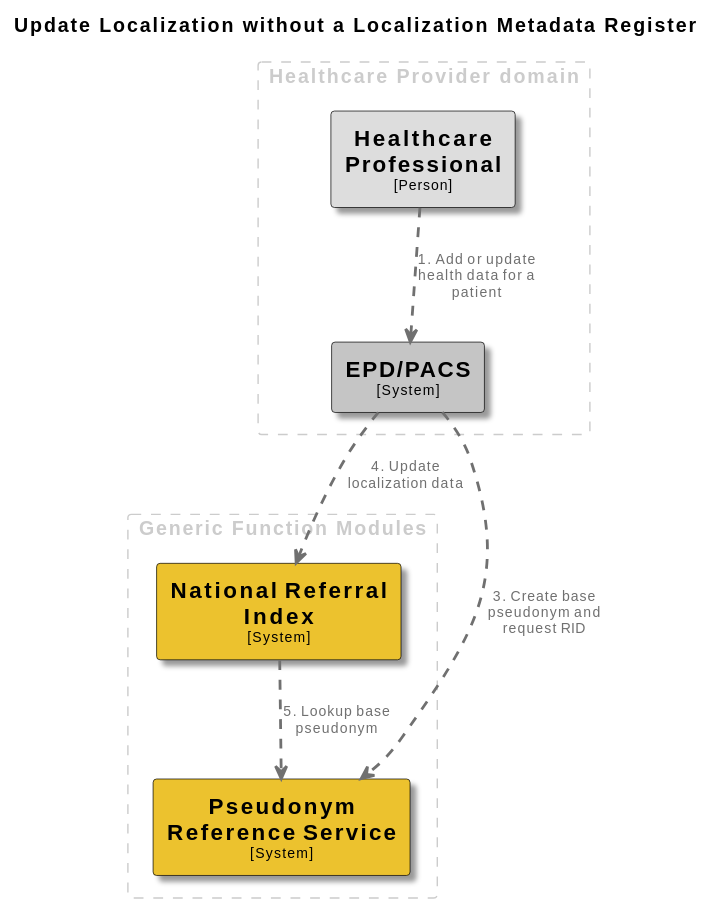
This is docs/images/structurizr-UpdateLocalization.svg from minvws/gfmodules-coordination, a PlantUML export, as it was before one commit.
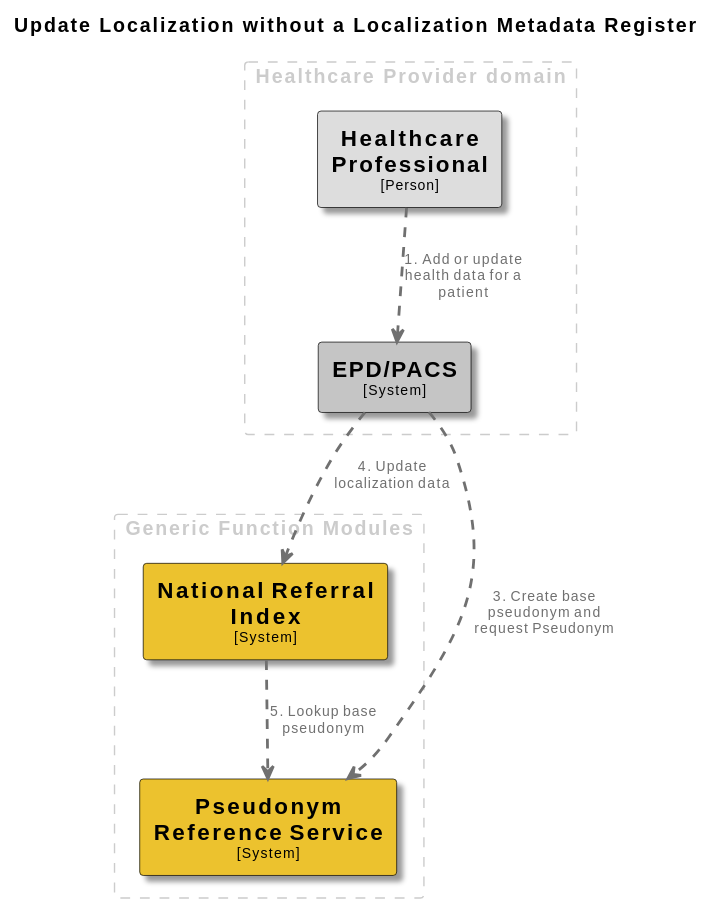
Above is the later version.

Diff of the diagram source:
```diff
@@ -57,7 +57,7 @@
 }
 
 HealthcareProfessional .[#707070,thickness=2].> EPDPACS : "<color:#707070>1. Add or update health data for a patient"
-EPDPACS .[#707070,thickness=2].> PseudonymReferenceService : "<color:#707070>3. Create base pseudonym and request RID"
+EPDPACS .[#707070,thickness=2].> PseudonymReferenceService : "<color:#707070>3. Create base pseudonym and request Pseudonym"
 EPDPACS .[#707070,thickness=2].> NationalReferralIndex : "<color:#707070>4. Update localization data"
 NationalReferralIndex .[#707070,thickness=2].> PseudonymReferenceService : "<color:#707070>5. Lookup base pseudonym"
 @enduml
```
